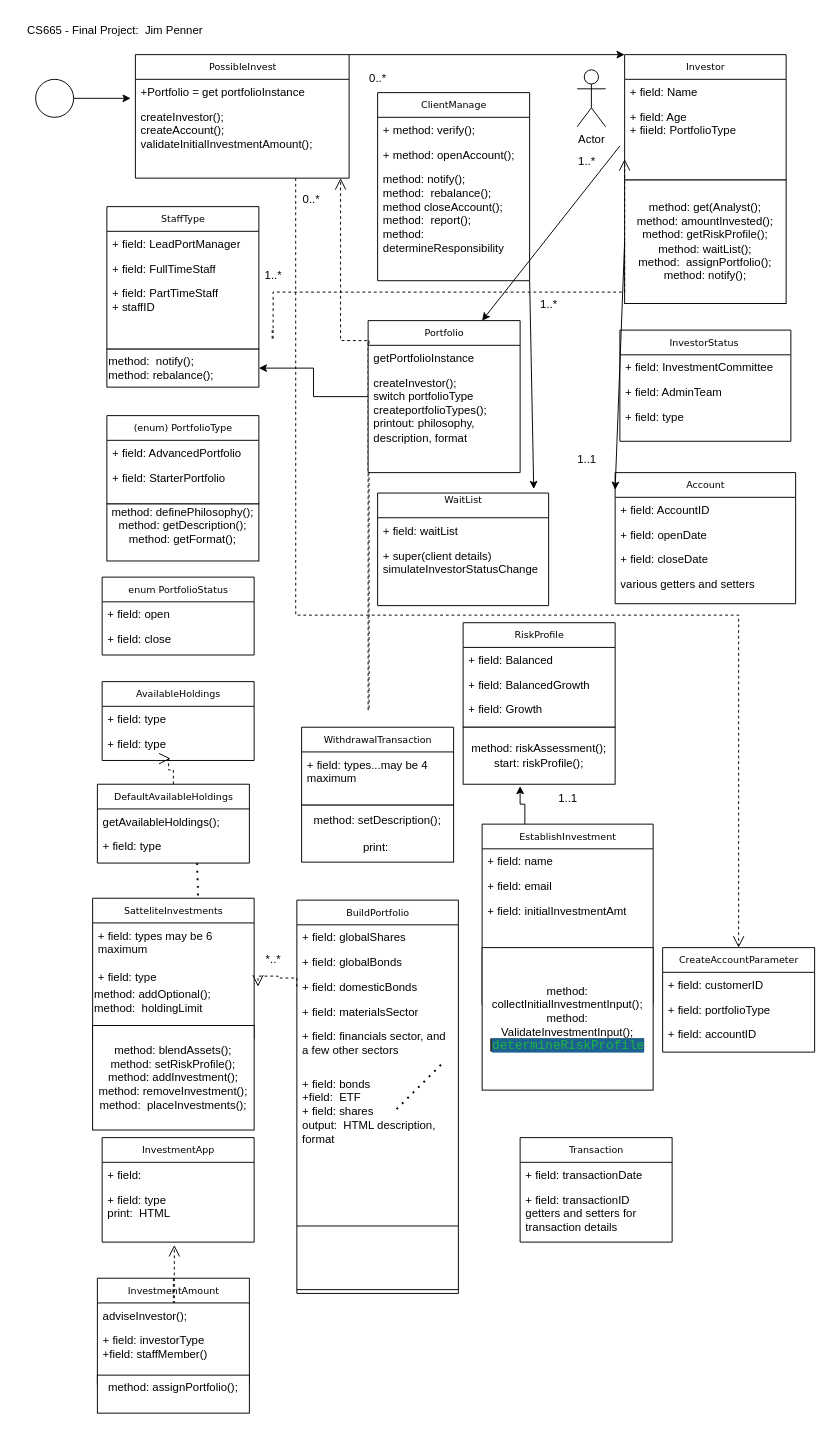
Earlier version of the draw.io diagram ClassProjectclass1.drawio.drawio (jimmyjazz31/CSSFinalProject). Source tidied: cells renumbered, new cells numbered last; positions are measured from the earlier drawing's top-left corner, leaving out a move shared by most shapes. Both pictures are drawn from the tidied source at 95%, with x=0, y=0 at pixel (16, 16).
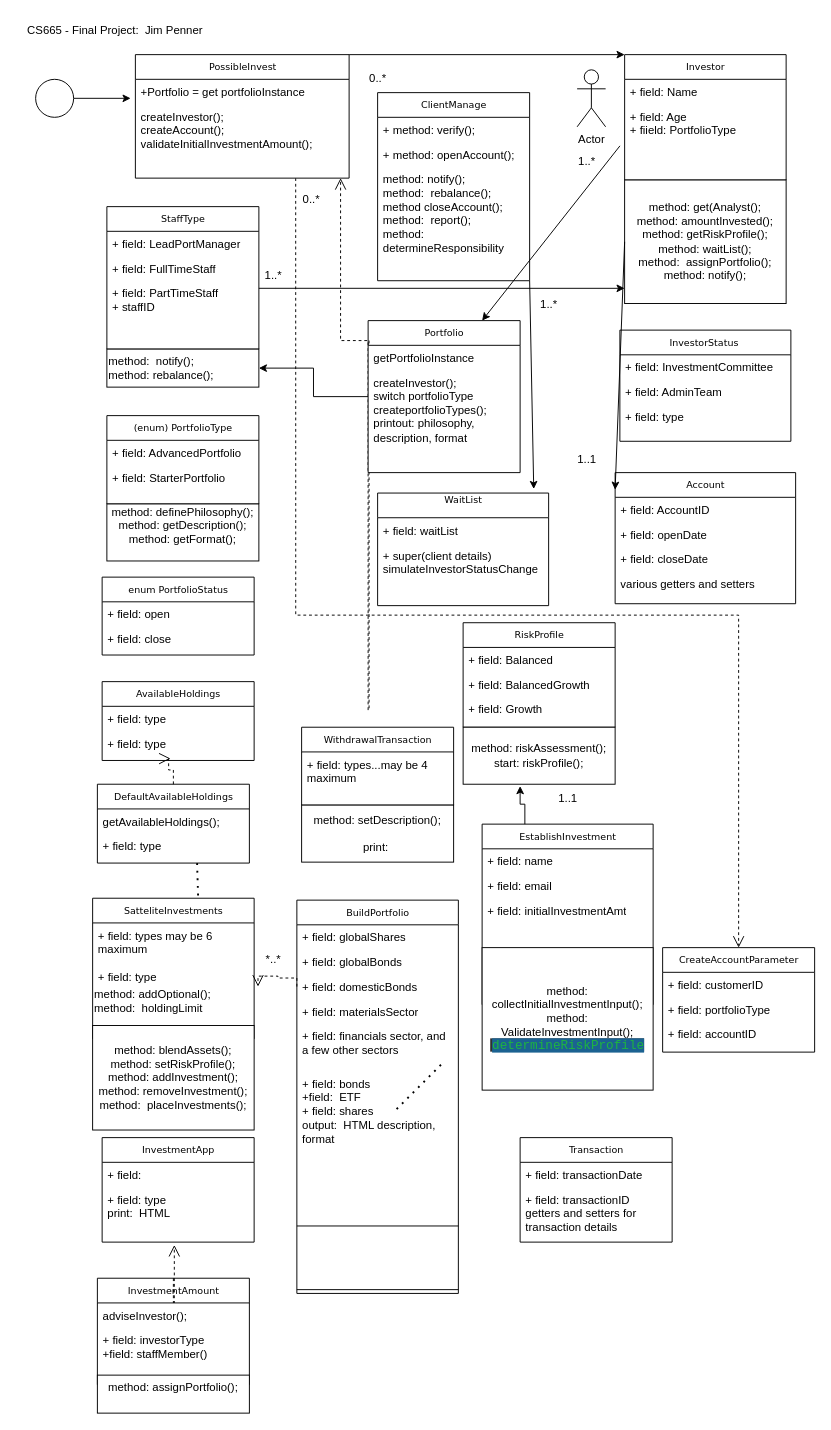
Above is the later version.

Unchanged cells that the change refers to:
```xml
<mxCell id="40" value="+ field: PartTimeStaff&lt;div&gt;+ staffID&lt;/div&gt;" style="text;html=1;strokeColor=none;fillColor=none;align=left;verticalAlign=top;spacingLeft=4;spacingRight=4;whiteSpace=wrap;overflow=hidden;points=[[0,0.5],[1,0.5]];portConstraint=eastwest;" parent="37" vertex="1">
  <mxGeometry y="78" width="160" height="42" as="geometry" />
</mxCell>
```

Diff of the diagram source:
```diff
@@
-    <mxCell id="111" style="edgeStyle=orthogonalEdgeStyle;rounded=0;html=1;dashed=1;labelBackgroundColor=none;startFill=0;endArrow=open;endFill=0;endSize=10;fontFamily=Verdana;fontSize=10;exitX=0.006;exitY=-0.192;exitDx=0;exitDy=0;exitPerimeter=0;" parent="1" edge="1">
-      <mxGeometry relative="1" as="geometry">
-        <mxPoint x="270" y="330" as="sourcePoint" />
-        <mxPoint x="640" y="150" as="targetPoint" />
-        <Array as="points">
-          <mxPoint x="270" y="340" />
-          <mxPoint x="269" y="340" />
-          <mxPoint x="269" y="330" />
-          <mxPoint x="270" y="330" />
-          <mxPoint x="270" y="290" />
-          <mxPoint x="640" y="290" />
-        </Array>
-      </mxGeometry>
-    </mxCell>
@@
+    <mxCell id="113" style="endArrow=classic;html=1;rounded=0;exitX=1;exitY=0.19;exitDx=0;exitDy=0;exitPerimeter=0;" parent="1" edge="1" source="40">
+      <mxGeometry relative="1" as="geometry">
+        <mxPoint x="640" y="286" as="targetPoint" />
+      </mxGeometry>
+    </mxCell>
```
